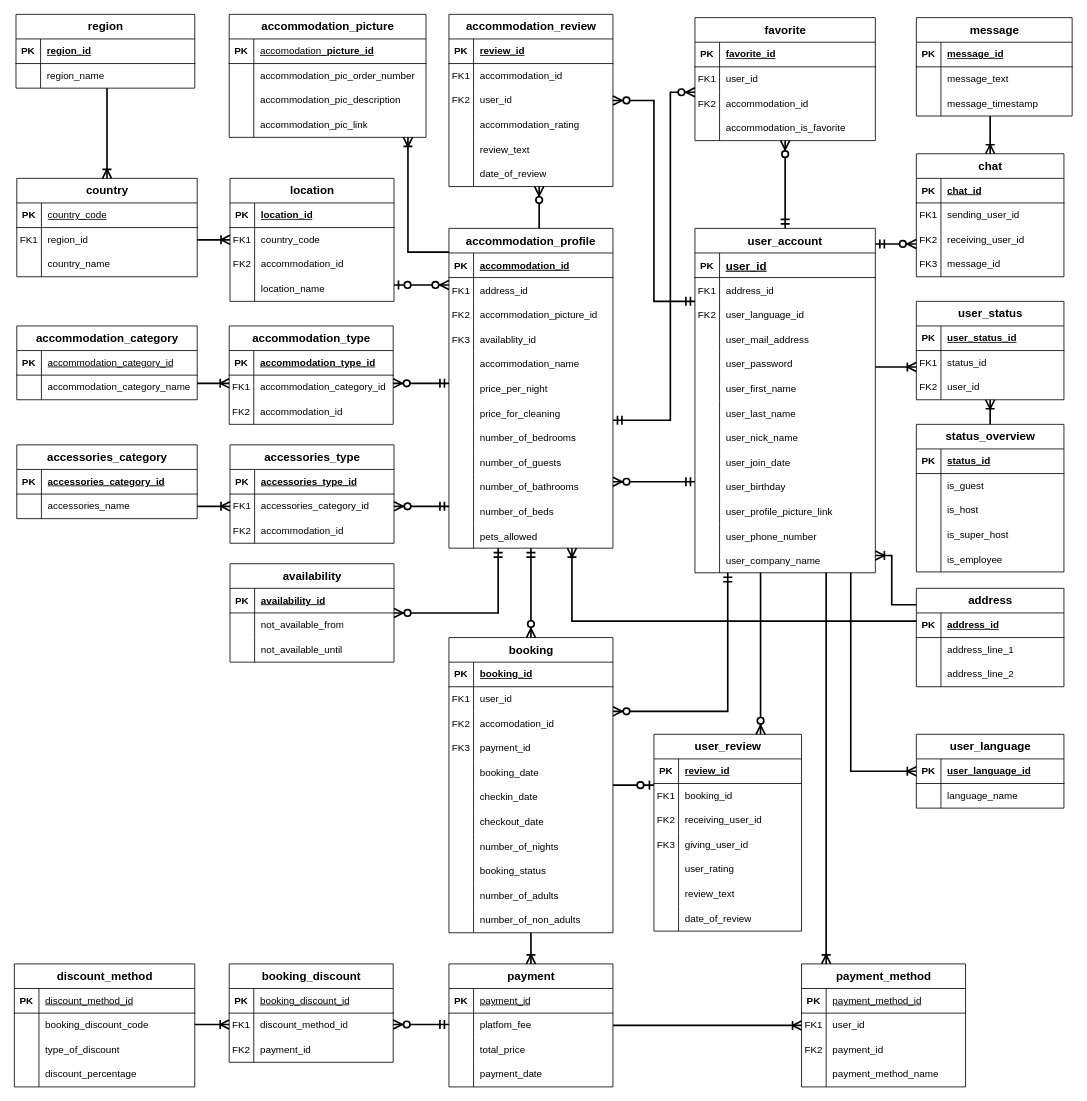
DaSteff91/SQL_Repo keeps this draw.io diagram as Steffbnb.drawio. Above is the earlier version. Source tidied: cells renumbered, new cells numbered last; positions are measured from the earlier drawing's top-left corner, leaving out a move shared by most shapes. Both pictures are drawn from the tidied source at 82%, with x=0, y=0 at pixel (14, 14).
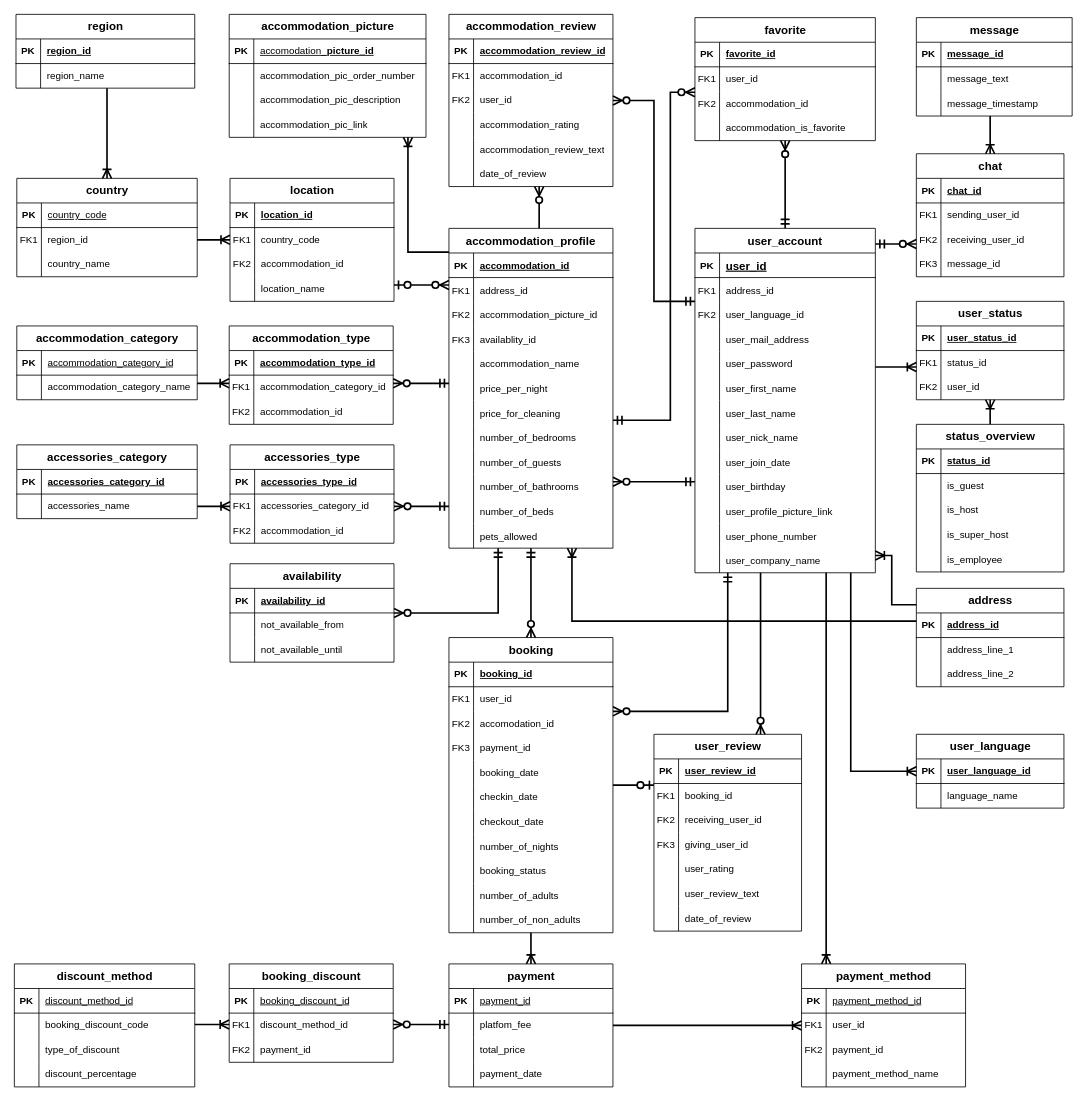
After the change.

Unchanged cells that the change refers to:
```xml
<mxCell id="213" style="shape=tableRow;horizontal=0;startSize=0;swimlaneHead=0;swimlaneBody=0;fillColor=none;top=0;left=0;right=0;bottom=1;labelBackgroundColor=none;" parent="212" vertex="1">
  <mxGeometry y="30" width="180" height="30" as="geometry" />
</mxCell>
<mxCell id="228" style="shape=tableRow;horizontal=0;startSize=0;swimlaneHead=0;swimlaneBody=0;fillColor=none;top=0;left=0;right=0;bottom=0;labelBackgroundColor=none;" parent="212" vertex="1">
  <mxGeometry y="180" width="180" height="30" as="geometry" />
</mxCell>
<mxCell id="332" style="shape=tableRow;horizontal=0;startSize=0;swimlaneHead=0;swimlaneBody=0;fillColor=none;top=0;left=0;right=0;bottom=1;labelBackgroundColor=none;" parent="331" vertex="1">
  <mxGeometry y="30" width="200" height="30" as="geometry" />
</mxCell>
<mxCell id="344" style="shape=tableRow;horizontal=0;startSize=0;swimlaneHead=0;swimlaneBody=0;fillColor=none;top=0;left=0;right=0;bottom=0;labelBackgroundColor=none;" parent="331" vertex="1">
  <mxGeometry y="150" width="200" height="30" as="geometry" />
</mxCell>
```

The edit, as a diff of the source:
```diff
@@
-    <mxCell id="215" value="review_id" style="shape=partialRectangle;fillColor=none;top=0;left=0;bottom=0;right=0;align=left;spacingLeft=6;fontStyle=5;overflow=hidden;whiteSpace=wrap;html=1;labelBackgroundColor=none;" parent="213" vertex="1">
+    <mxCell id="215" value="user_review_id" style="shape=partialRectangle;fillColor=none;top=0;left=0;bottom=0;right=0;align=left;spacingLeft=6;fontStyle=5;overflow=hidden;whiteSpace=wrap;html=1;labelBackgroundColor=none;" parent="213" vertex="1">
       <mxGeometry x="30" width="150" height="30" as="geometry" />
     </mxCell>
@@
-    <mxCell id="230" value="review_text" style="shape=partialRectangle;fillColor=none;top=0;left=0;bottom=0;right=0;align=left;spacingLeft=6;overflow=hidden;whiteSpace=wrap;html=1;labelBackgroundColor=none;" parent="228" vertex="1">
+    <mxCell id="230" value="user_review_text" style="shape=partialRectangle;fillColor=none;top=0;left=0;bottom=0;right=0;align=left;spacingLeft=6;overflow=hidden;whiteSpace=wrap;html=1;labelBackgroundColor=none;" parent="228" vertex="1">
       <mxGeometry x="30" width="150" height="30" as="geometry" />
     </mxCell>
@@
-    <mxCell id="334" value="review_id" style="shape=partialRectangle;fillColor=none;top=0;left=0;bottom=0;right=0;align=left;spacingLeft=6;fontStyle=5;overflow=hidden;whiteSpace=wrap;html=1;labelBackgroundColor=none;" parent="332" vertex="1">
+    <mxCell id="334" value="accommodation_review_id" style="shape=partialRectangle;fillColor=none;top=0;left=0;bottom=0;right=0;align=left;spacingLeft=6;fontStyle=5;overflow=hidden;whiteSpace=wrap;html=1;labelBackgroundColor=none;" parent="332" vertex="1">
       <mxGeometry x="30" width="170" height="30" as="geometry" />
     </mxCell>
@@
-    <mxCell id="346" value="review_text" style="shape=partialRectangle;fillColor=none;top=0;left=0;bottom=0;right=0;align=left;spacingLeft=6;overflow=hidden;whiteSpace=wrap;html=1;labelBackgroundColor=none;" parent="344" vertex="1">
+    <mxCell id="346" value="accommodation_review_text" style="shape=partialRectangle;fillColor=none;top=0;left=0;bottom=0;right=0;align=left;spacingLeft=6;overflow=hidden;whiteSpace=wrap;html=1;labelBackgroundColor=none;" parent="344" vertex="1">
       <mxGeometry x="30" width="170" height="30" as="geometry" />
     </mxCell>
```
